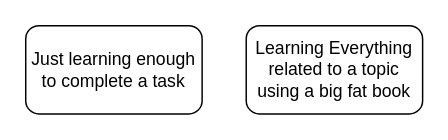
This is Untitled Diagram.drawio from surfersulver994/PAT, a draw.io file, before an edit. Source tidied: cells renumbered, new cells numbered last; positions are measured from the earlier drawing's top-left corner, leaving out a move shared by most shapes. Both pictures are drawn from the tidied source at 147%, with x=0, y=0 at pixel (25, 25).
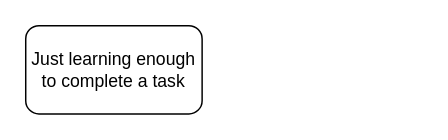
The same diagram, later.

The edit, as a diff of the source:
```diff
@@
 <mxGraphModel>
   <root>
     <mxCell id="0" />
     <mxCell id="1" parent="0" />
-    <mxCell id="2" value="&lt;span&gt;Learning Everything related to a topic using a big fat book&lt;/span&gt;" style="rounded=1;whiteSpace=wrap;html=1;" parent="1" vertex="1">
-      <mxGeometry x="150" width="120" height="60" as="geometry" />
-    </mxCell>
     <mxCell id="3" value="&lt;span&gt;Just learning enough to complete a task&lt;/span&gt;" style="rounded=1;whiteSpace=wrap;html=1;" parent="1" vertex="1">
       <mxGeometry width="120" height="60" as="geometry" />
     </mxCell>
   </root>
 </mxGraphModel>
```
